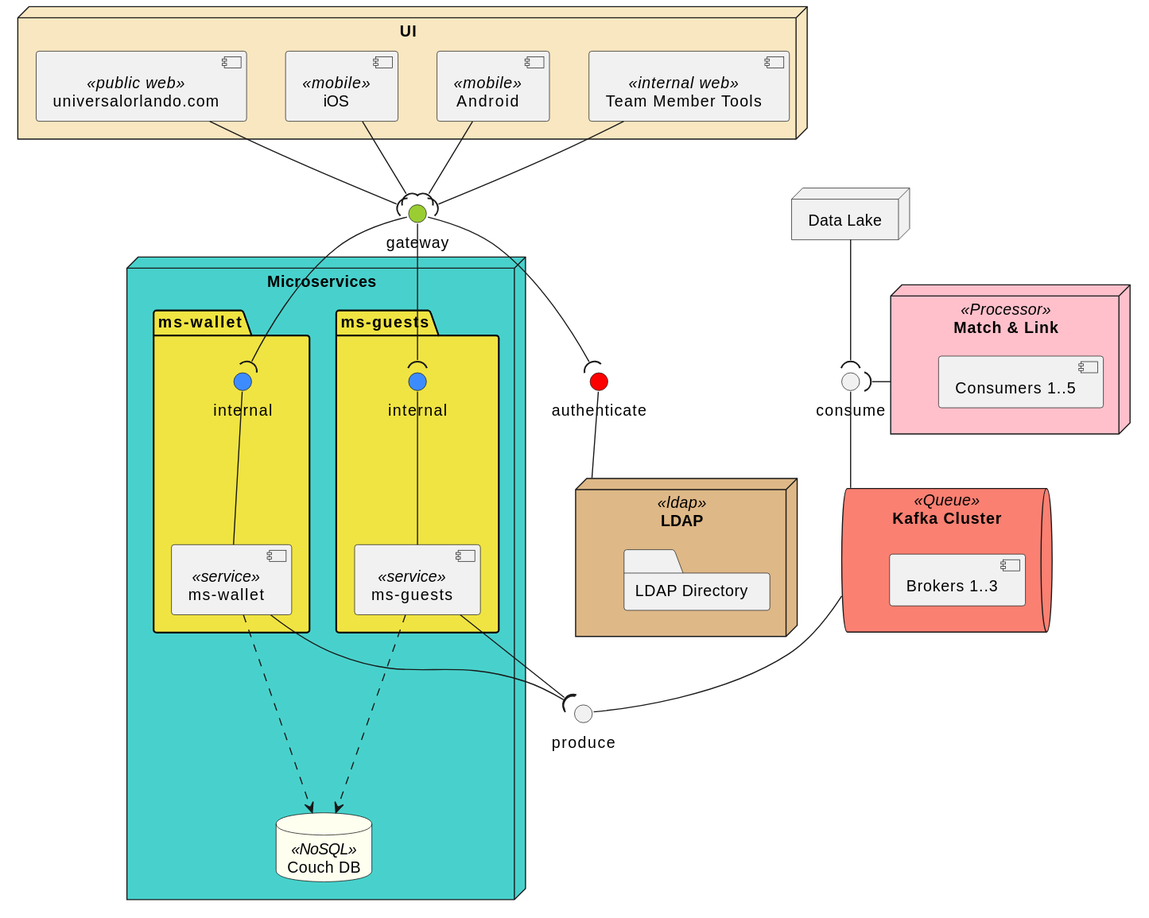
This is dist/assets/diagrams/mdm-ae-kafka.svg from kaaljabr/presentation, a PlantUML export, as it was before one commit. The source it was exported from:
```plantuml
@startuml

skinparam database {
    backgroundColor Ivory
    borderColor black
}

skinparam package {
    backgroundColor #F0E442
}

interface gateway #YellowGreen
interface authenticate #Red
interface produce as kafka_produce
interface consume as kafka_consume

node "UI" #Strategy {
    component "Android" as android <<mobile>>
    component "iOS" as ios <<mobile>>
    component "universalorlando.com" as web <<public web>>
    component "Team Member Tools" as teammember <<internal web>>
}

node "LDAP" as ldap <<ldap>> #BurlyWood {
    folder "LDAP Directory" as ldap_dir
}

node "Microservices" #MediumTurquoise {

    package "ms-guests" as guests_package {
        interface internal as guests_internal #3D8CFF
        component "ms-guests" as ms_guests <<service>>
        guests_internal -- ms_guests
    }
    package "ms-wallet" as wallet_package {
        interface internal as wallet_internal #3D8CFF
        component "ms-wallet" as ms_wallet <<service>>
        wallet_internal -- ms_wallet
    }
    database "Couch DB" as couch_db <<NoSQL>>
}

queue "Kafka Cluster" as kafka <<Queue>> #Salmon {
    component "Brokers 1..3" as kafka_brokers
}

node "Match & Link" as match_link <<Processor>> #Pink {
    component "Consumers 1..5" as consumer_1
}

node "Data Lake" as data_lake

gateway --( guests_internal
gateway --( wallet_internal

ms_guests --.> couch_db
ms_wallet --.> couch_db

android --( gateway
ios --( gateway
web --( gateway
teammember -right-( gateway

authenticate -- ldap
gateway --( authenticate

kafka -- kafka_produce
kafka -up- kafka_consume
ms_guests --( kafka_produce
ms_wallet --( kafka_produce
match_link -right-( kafka_consume
data_lake -down-( kafka_consume

@enduml
```
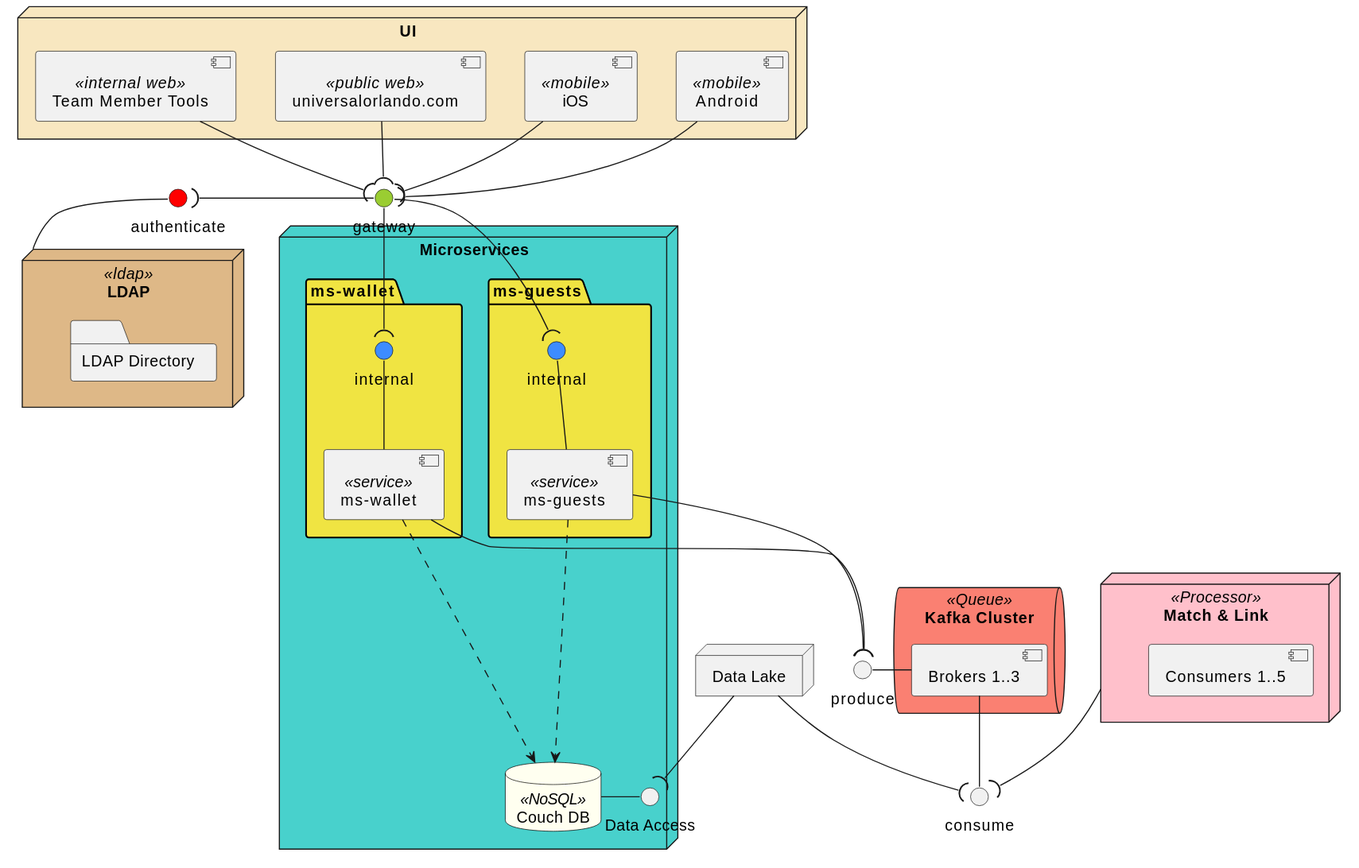
After the change.

What changed in the source:
```diff
@@ -38,6 +38,7 @@
         wallet_internal -- ms_wallet
     }
     database "Couch DB" as couch_db <<NoSQL>>
+    interface "Data Access" as nosql_data_access
 }
 
 queue "Kafka Cluster" as kafka <<Queue>> #Salmon {
@@ -55,20 +56,22 @@
 
 ms_guests --.> couch_db
 ms_wallet --.> couch_db
+couch_db -right- nosql_data_access
+data_lake --( nosql_data_access
 
 android --( gateway
 ios --( gateway
 web --( gateway
-teammember -right-( gateway
+teammember --( gateway
 
 authenticate -- ldap
-gateway --( authenticate
+gateway -left-( authenticate
 
-kafka -- kafka_produce
-kafka -up- kafka_consume
+kafka_brokers -right- kafka_produce
+kafka_brokers -- kafka_consume
 ms_guests --( kafka_produce
 ms_wallet --( kafka_produce
-match_link -right-( kafka_consume
-data_lake -down-( kafka_consume
+match_link --( kafka_consume
+data_lake --( kafka_consume
 
 @enduml
```
